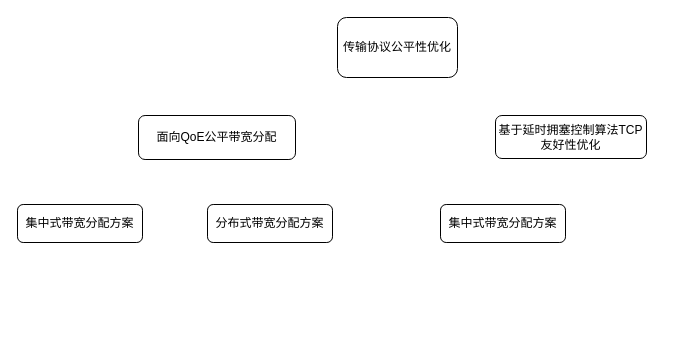
Lingnuo/Project01 keeps this draw.io diagram as Untitled Diagram.drawio. Above is the earlier version. Source tidied: cells renumbered, new cells numbered last; positions are measured from the earlier drawing's top-left corner, leaving out a move shared by most shapes. Both pictures are drawn from the tidied source at 100%, with x=0, y=0 at pixel (17, 17).
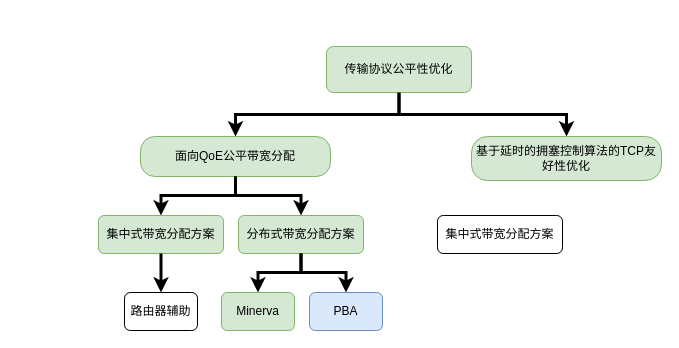
Above is the later version.

What changed in the source:
```diff
@@
 <mxGraphModel>
   <root>
     <mxCell id="0" />
     <mxCell id="1" parent="0" />
+    <mxCell id="8" style="edgeStyle=orthogonalEdgeStyle;rounded=0;jettySize=auto;html=1;exitX=0.5;exitY=1;exitDx=0;exitDy=0;entryX=0.5;entryY=0;entryDx=0;entryDy=0;strokeWidth=3;" parent="1" edge="1" source="2" target="3">
+      <mxGeometry relative="1" as="geometry" />
+    </mxCell>
-    <mxCell id="2" value="传输协议公平性优化" style="rounded=1;whiteSpace=wrap;html=1;" parent="1" vertex="1">
-      <mxGeometry x="320" width="120" height="60" as="geometry" />
+    <mxCell id="2" value="传输协议公平性优化" style="rounded=1;whiteSpace=wrap;html=1;fillColor=#d5e8d4;strokeColor=#82b366;" parent="1" vertex="1">
+      <mxGeometry x="309" y="29" width="145" height="46" as="geometry" />
     </mxCell>
-    <mxCell id="3" value="面向QoE公平带宽分配" style="rounded=1;whiteSpace=wrap;html=1;" parent="1" vertex="1">
-      <mxGeometry x="121" y="98" width="157" height="44" as="geometry" />
+    <mxCell id="3" value="面向QoE公平带宽分配" style="rounded=1;whiteSpace=wrap;html=1;arcSize=36;fillColor=#d5e8d4;strokeColor=#82b366;" parent="1" vertex="1">
+      <mxGeometry x="123" y="119" width="190" height="40" as="geometry" />
     </mxCell>
-    <mxCell id="4" value="基于延时拥塞控制算法TCP友好性优化" style="rounded=1;whiteSpace=wrap;html=1;" parent="1" vertex="1">
-      <mxGeometry x="478" y="98" width="151" height="43" as="geometry" />
-    </mxCell>
+    <mxCell id="9" style="edgeStyle=orthogonalEdgeStyle;rounded=0;jettySize=auto;html=1;exitX=0.5;exitY=0;exitDx=0;exitDy=0;strokeWidth=3;startArrow=classic;startFill=1;endArrow=none;endFill=0;" parent="1" edge="1" source="12" target="2">
+      <mxGeometry relative="1" as="geometry" />
+    </mxCell>
+    <mxCell id="10" style="edgeStyle=orthogonalEdgeStyle;rounded=0;jettySize=auto;html=1;exitX=0.5;exitY=0;exitDx=0;exitDy=0;entryX=0.5;entryY=1;entryDx=0;entryDy=0;startArrow=classic;startFill=1;endArrow=none;endFill=0;strokeWidth=3;" parent="1" edge="1" source="5" target="3">
+      <mxGeometry relative="1" as="geometry" />
+    </mxCell>
-    <mxCell id="5" value="集中式带宽分配方案" style="rounded=1;whiteSpace=wrap;html=1;" parent="1" vertex="1">
-      <mxGeometry y="187" width="125" height="38" as="geometry" />
+    <mxCell id="5" value="集中式带宽分配方案" style="rounded=1;whiteSpace=wrap;html=1;fillColor=#d5e8d4;strokeColor=#82b366;" parent="1" vertex="1">
+      <mxGeometry x="81" y="198" width="125" height="38" as="geometry" />
     </mxCell>
+    <mxCell id="11" style="edgeStyle=orthogonalEdgeStyle;rounded=0;jettySize=auto;html=1;exitX=0.5;exitY=0;exitDx=0;exitDy=0;entryX=0.5;entryY=1;entryDx=0;entryDy=0;startArrow=classic;startFill=1;endArrow=none;endFill=0;strokeWidth=3;" parent="1" edge="1" source="6" target="3">
+      <mxGeometry relative="1" as="geometry" />
+    </mxCell>
-    <mxCell id="6" value="分布式带宽分配方案" style="rounded=1;whiteSpace=wrap;html=1;" parent="1" vertex="1">
-      <mxGeometry x="190" y="187" width="125" height="38" as="geometry" />
+    <mxCell id="6" value="分布式带宽分配方案" style="rounded=1;whiteSpace=wrap;html=1;fillColor=#d5e8d4;strokeColor=#82b366;" parent="1" vertex="1">
+      <mxGeometry x="221" y="198" width="125" height="38" as="geometry" />
     </mxCell>
     <mxCell id="7" value="集中式带宽分配方案" style="rounded=1;whiteSpace=wrap;html=1;" parent="1" vertex="1">
-      <mxGeometry x="423" y="187" width="125" height="38" as="geometry" />
+      <mxGeometry x="420" y="198" width="125" height="38" as="geometry" />
     </mxCell>
+    <mxCell id="12" value="基于延时的拥塞控制算法的TCP友好性优化" style="rounded=1;whiteSpace=wrap;html=1;arcSize=36;fillColor=#d5e8d4;strokeColor=#82b366;" parent="1" vertex="1">
+      <mxGeometry x="454" y="119" width="190" height="44" as="geometry" />
+    </mxCell>
+    <mxCell id="13" style="edgeStyle=orthogonalEdgeStyle;rounded=0;jettySize=auto;html=1;entryX=0.5;entryY=1;entryDx=0;entryDy=0;startArrow=classic;startFill=1;endArrow=none;endFill=0;strokeWidth=3;" parent="1" edge="1" source="14" target="5">
+      <mxGeometry relative="1" as="geometry" />
+    </mxCell>
+    <mxCell id="14" value="路由器辅助" style="rounded=1;whiteSpace=wrap;html=1;" parent="1" vertex="1">
+      <mxGeometry x="107" y="275" width="73" height="38" as="geometry" />
+    </mxCell>
+    <mxCell id="15" style="edgeStyle=orthogonalEdgeStyle;rounded=0;jettySize=auto;html=1;entryX=0.5;entryY=1;entryDx=0;entryDy=0;startArrow=classic;startFill=1;endArrow=none;endFill=0;strokeWidth=3;" parent="1" edge="1" source="16" target="6">
+      <mxGeometry relative="1" as="geometry" />
+    </mxCell>
+    <mxCell id="16" value="Minerva" style="rounded=1;whiteSpace=wrap;html=1;fillColor=#d5e8d4;strokeColor=#82b366;" parent="1" vertex="1">
+      <mxGeometry x="204" y="275" width="73" height="38" as="geometry" />
+    </mxCell>
+    <mxCell id="17" style="edgeStyle=orthogonalEdgeStyle;rounded=0;jettySize=auto;html=1;entryX=0.5;entryY=1;entryDx=0;entryDy=0;startArrow=classic;startFill=1;endArrow=none;endFill=0;strokeWidth=3;" parent="1" edge="1" source="18" target="6">
+      <mxGeometry relative="1" as="geometry" />
+    </mxCell>
+    <mxCell id="18" value="PBA" style="rounded=1;whiteSpace=wrap;html=1;fillColor=#dae8fc;strokeColor=#6c8ebf;" parent="1" vertex="1">
+      <mxGeometry x="292" y="275" width="73" height="38" as="geometry" />
+    </mxCell>
   </root>
 </mxGraphModel>
```
